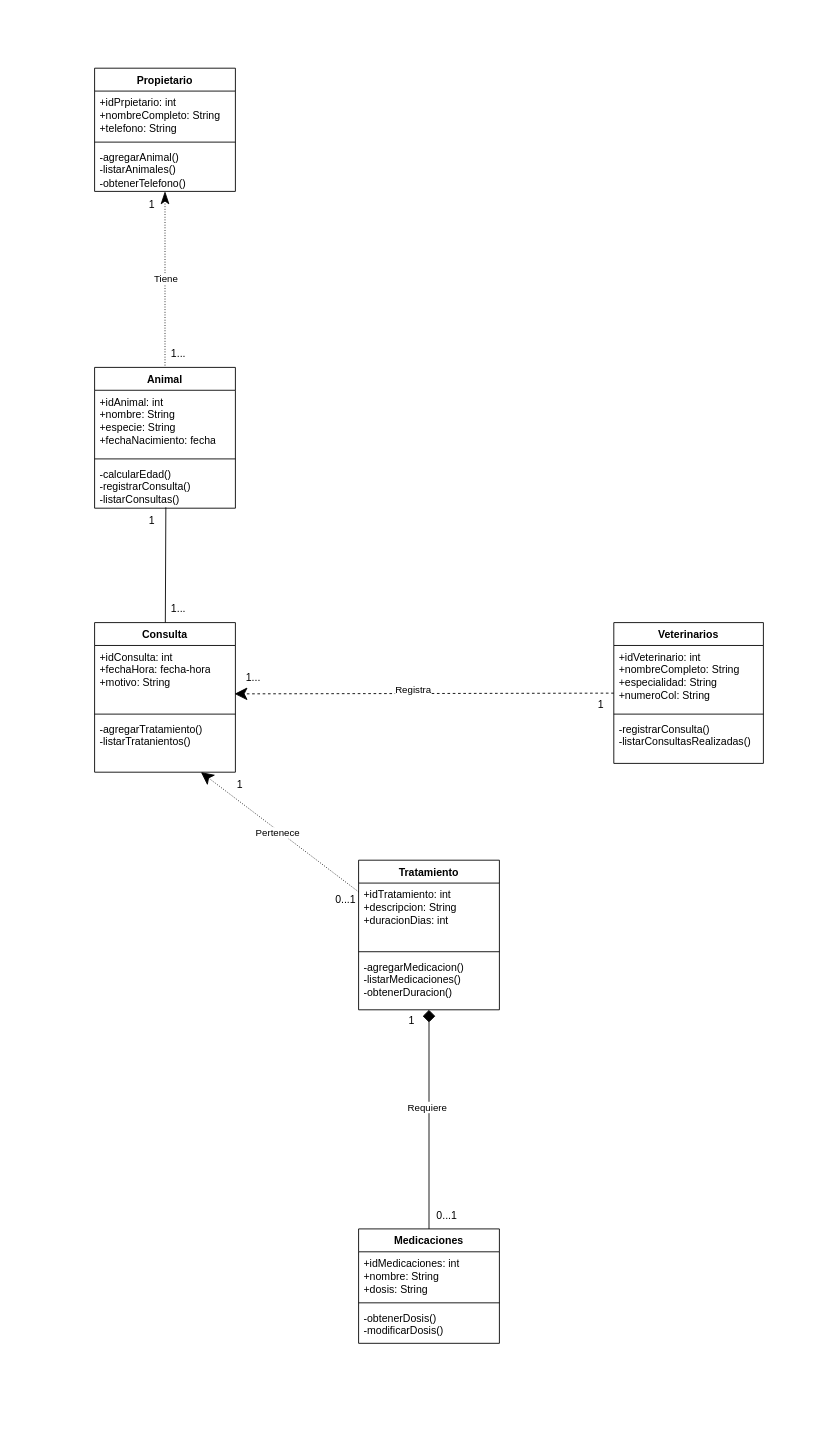
The draw.io diagram ut4/a2/DiagramaDeClasesVeterinaria.drawio in JulianGH19/ETS_DAM, before the edit. Source tidied: cells renumbered, new cells numbered last; positions are measured from the earlier drawing's top-left corner, leaving out a move shared by most shapes. Both pictures are drawn from the tidied source at 88%, with x=0, y=0 at pixel (94, 68).
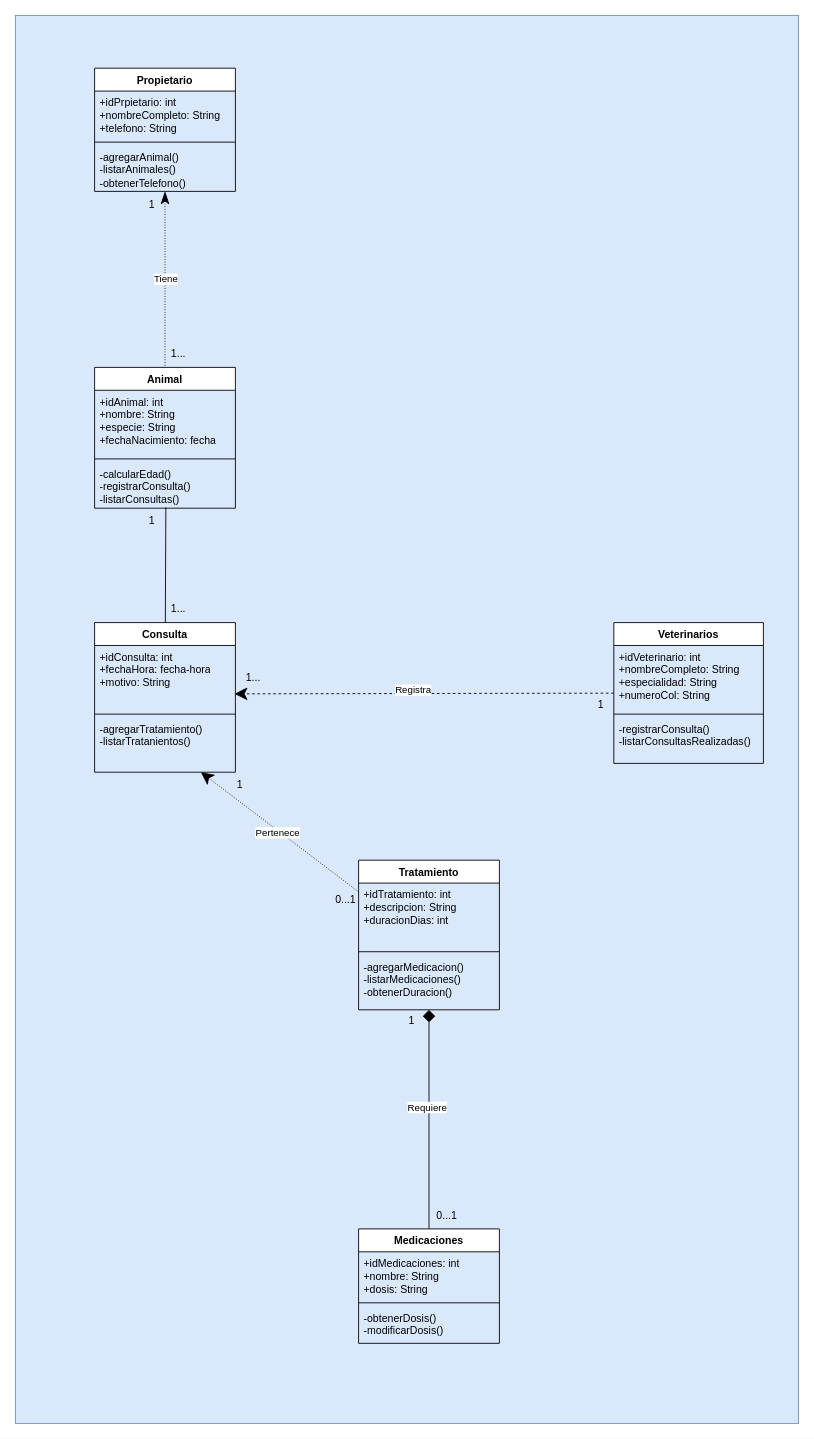
The same page after the edit.

The edit, as a diff of the source:
```diff
@@
+    <mxCell id="45" style="whiteSpace=wrap;html=1;fillColor=#dae8fc;strokeColor=#6c8ebf;" parent="1" vertex="1">
+      <mxGeometry x="-90" y="-60" width="890" height="1600" as="geometry" />
+    </mxCell>
```
